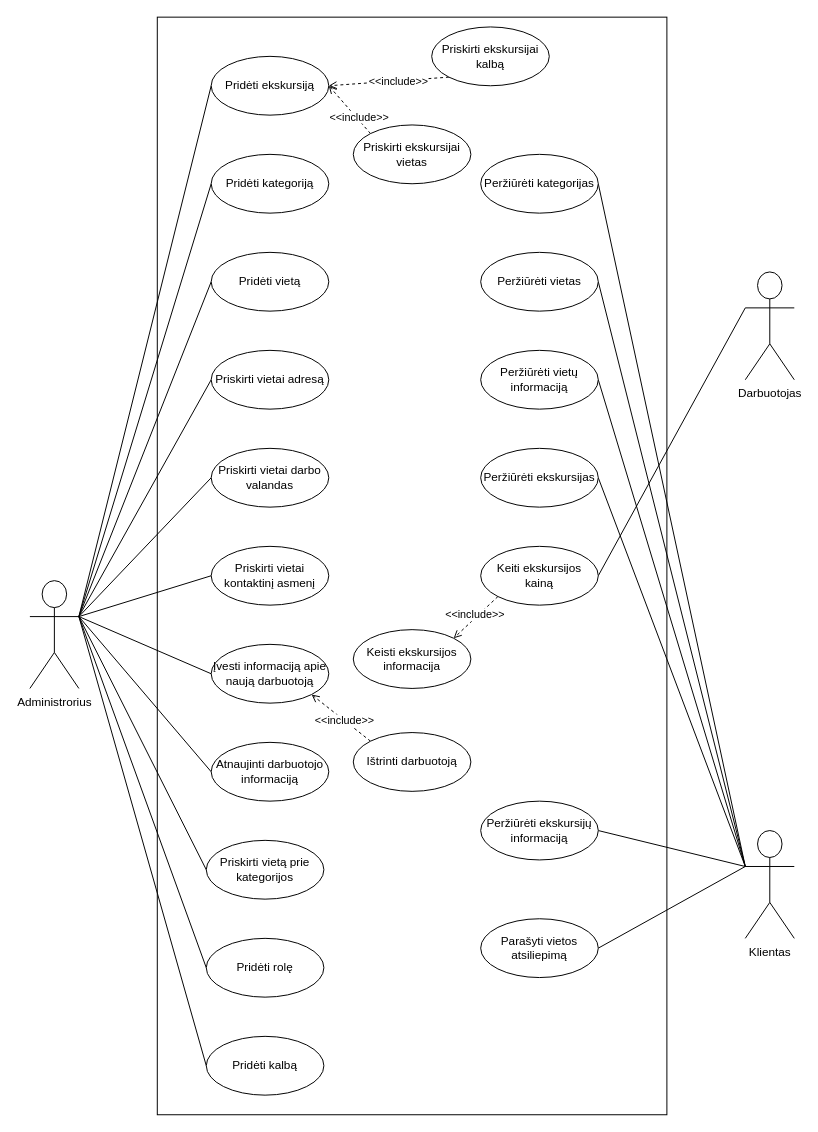
Earlier version of the draw.io diagram VikoTourismInformationCenter/UCDiagram.drawio (GiedriusMauza/VikoTourismInformationCenter). Source tidied: cells renumbered, new cells numbered last; positions are measured from the earlier drawing's top-left corner, leaving out a move shared by most shapes. Both pictures are drawn from the tidied source at 98%, with x=0, y=0 at pixel (29, 17).
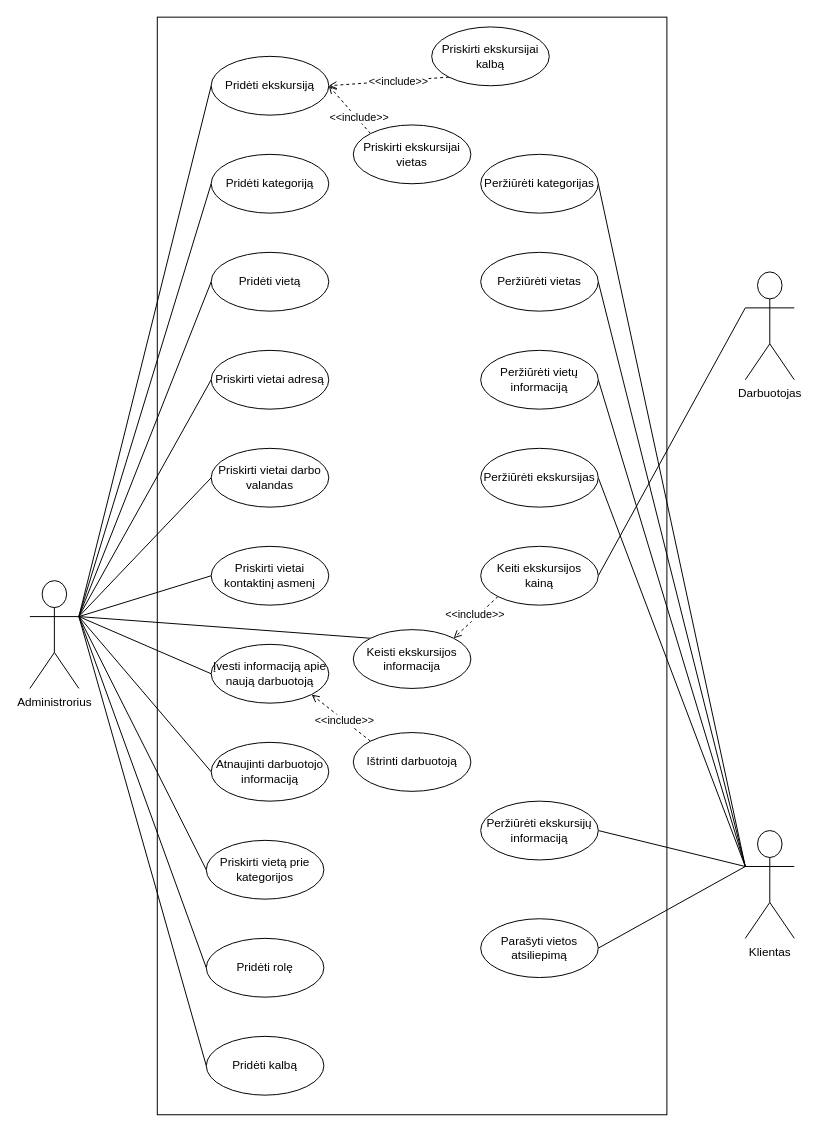
After the change.

Unchanged cells that the change refers to:
```xml
<mxCell id="14" value="Administrorius" style="shape=umlActor;verticalLabelPosition=bottom;verticalAlign=top;html=1;outlineConnect=0;" parent="1" vertex="1">
  <mxGeometry y="575" width="50" height="110" as="geometry" />
</mxCell>
<mxCell id="28" value="Keisti ekskursijos informacija" style="ellipse;whiteSpace=wrap;html=1;align=center;" parent="1" vertex="1">
  <mxGeometry x="330" y="625" width="120" height="60" as="geometry" />
</mxCell>
```

What changed in the source:
```diff
@@
+    <mxCell id="54" style="rounded=0;jettySize=auto;html=1;exitX=1;exitY=0.3333333333333333;exitDx=0;exitDy=0;exitPerimeter=0;entryX=0;entryY=0;entryDx=0;entryDy=0;strokeColor=default;endArrow=none;endFill=0;" parent="1" edge="1" source="14" target="28">
+      <mxGeometry relative="1" as="geometry" />
+    </mxCell>
```
